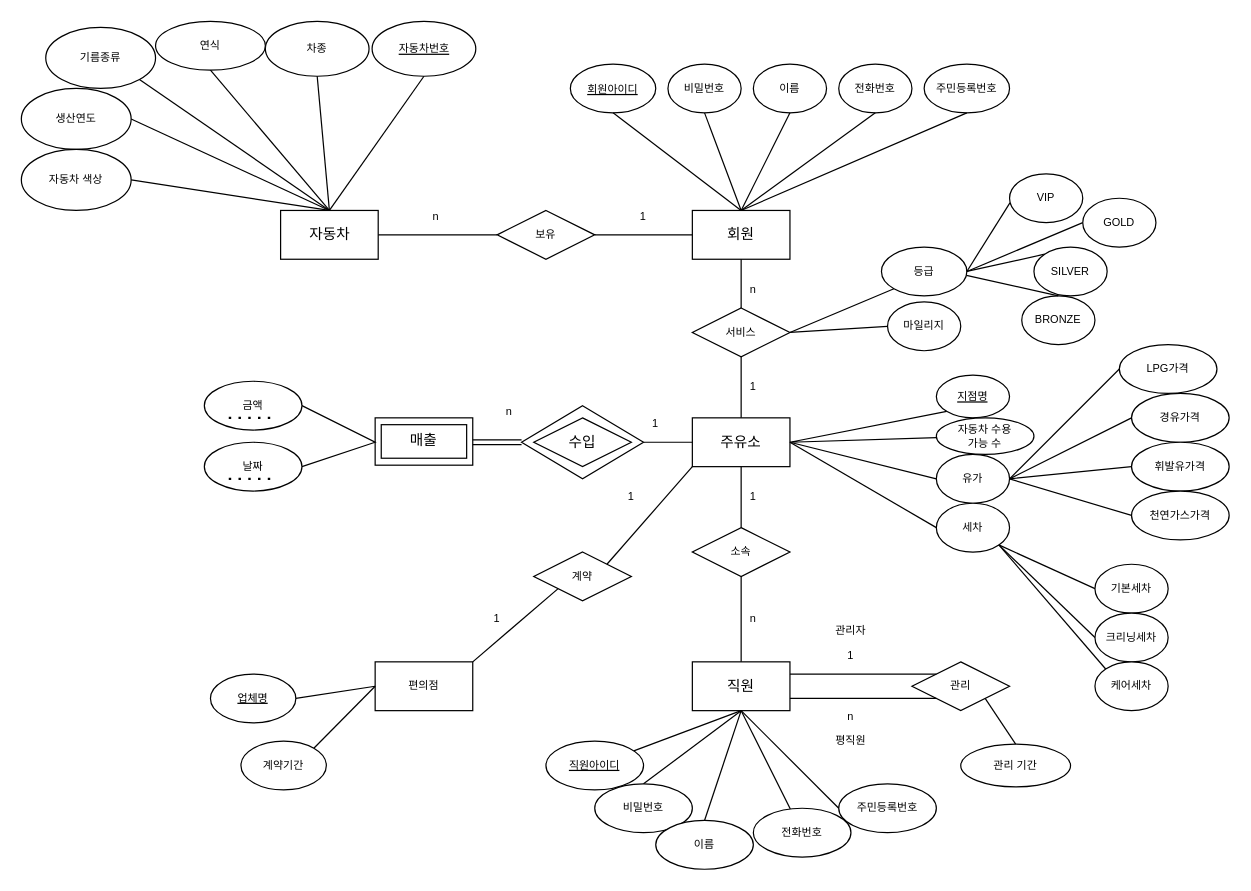
This is Untitled Diagram.drawio from junki1912/DataBase_base, a draw.io file, before an edit. Source tidied: cells renumbered, new cells numbered last; positions are measured from the earlier drawing's top-left corner, leaving out a move shared by most shapes. Both pictures are drawn from the tidied source at 122%, with x=0, y=0 at pixel (21, 21).
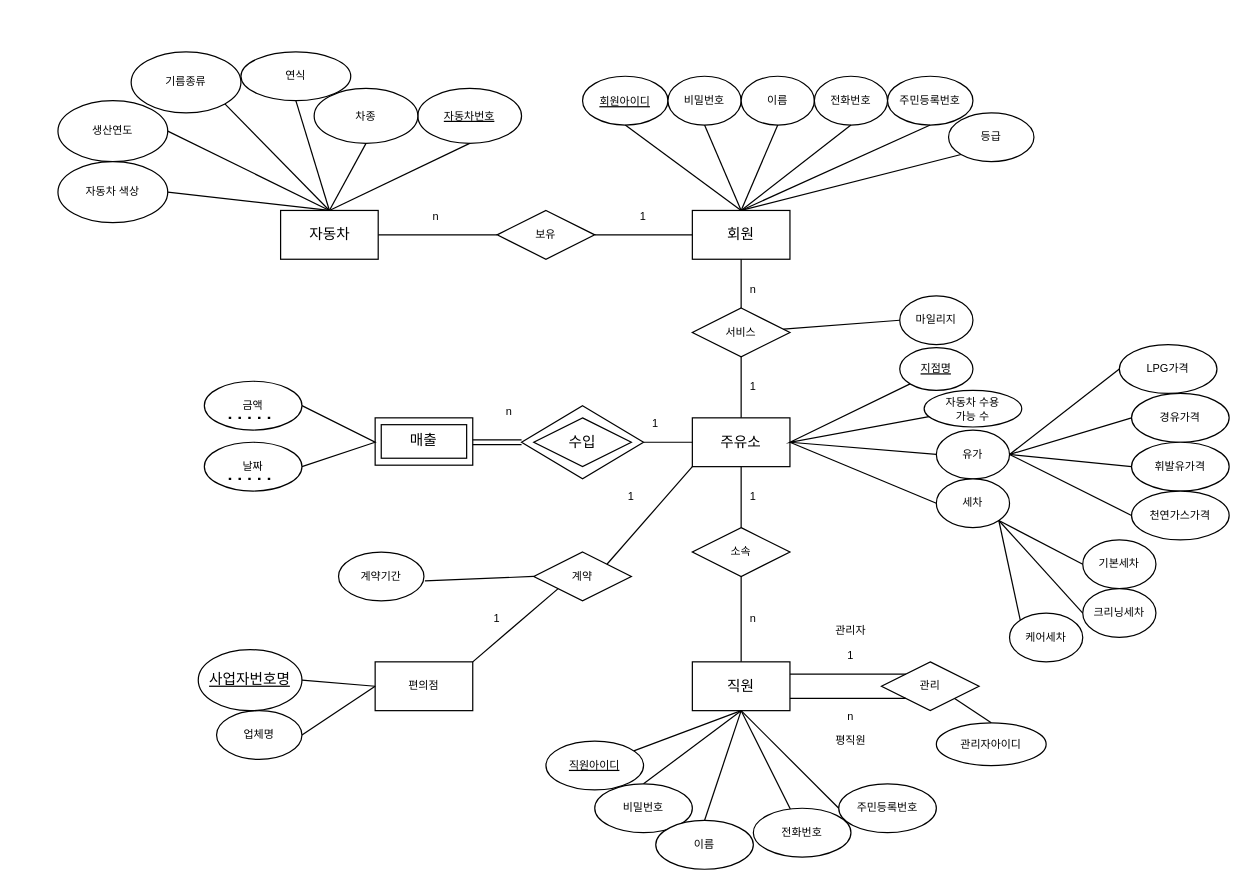
After the change.

Commit message:
GasStation_ERD

Unchanged cells that the change refers to:
```xml
<mxCell id="3" value="회원" style="rounded=0;whiteSpace=wrap;html=1;" parent="1" vertex="1">
  <mxGeometry x="550" y="155" width="80" height="40" as="geometry" />
</mxCell>
<mxCell id="25" value="직원" style="rounded=0;whiteSpace=wrap;html=1;" parent="1" vertex="1">
  <mxGeometry x="550" y="525" width="80" height="40" as="geometry" />
</mxCell>
<mxCell id="37" value="서비스" style="rhombus;whiteSpace=wrap;html=1;fontSize=9;" parent="1" vertex="1">
  <mxGeometry x="550" y="235" width="80" height="40" as="geometry" />
</mxCell>
<mxCell id="84" value="편의점" style="rounded=0;whiteSpace=wrap;html=1;fontSize=9;" parent="1" vertex="1">
  <mxGeometry x="290" y="525" width="80" height="40" as="geometry" />
</mxCell>
<mxCell id="89" value="계약" style="rhombus;whiteSpace=wrap;html=1;fontSize=9;" parent="1" vertex="1">
  <mxGeometry x="420" y="435" width="80" height="40" as="geometry" />
</mxCell>
```

What changed in the source:
```diff
@@
     <mxCell id="2" value="유가" style="ellipse;whiteSpace=wrap;html=1;fontSize=9;" parent="1" vertex="1">
-      <mxGeometry x="750" y="355" width="60" height="40" as="geometry" />
+      <mxGeometry x="750" y="335" width="60" height="40" as="geometry" />
     </mxCell>
@@
     <mxCell id="4" value="&lt;font style=&quot;font-size: 9px;&quot;&gt;&lt;u&gt;회원아이디&lt;/u&gt;&lt;/font&gt;" style="ellipse;whiteSpace=wrap;html=1;" parent="1" vertex="1">
-      <mxGeometry x="450" y="35" width="70" height="40" as="geometry" />
+      <mxGeometry x="460" y="45" width="70" height="40" as="geometry" />
     </mxCell>
     <mxCell id="5" value="비밀번호" style="ellipse;whiteSpace=wrap;html=1;fontSize=9;" parent="1" vertex="1">
-      <mxGeometry x="530" y="35" width="60" height="40" as="geometry" />
+      <mxGeometry x="530" y="45" width="60" height="40" as="geometry" />
     </mxCell>
     <mxCell id="6" value="이름" style="ellipse;whiteSpace=wrap;html=1;fontSize=9;" parent="1" vertex="1">
-      <mxGeometry x="600" y="35" width="60" height="40" as="geometry" />
+      <mxGeometry x="590" y="45" width="60" height="40" as="geometry" />
     </mxCell>
     <mxCell id="7" value="전화번호" style="ellipse;whiteSpace=wrap;html=1;fontSize=9;" parent="1" vertex="1">
-      <mxGeometry x="670" y="35" width="60" height="40" as="geometry" />
+      <mxGeometry x="650" y="45" width="60" height="40" as="geometry" />
     </mxCell>
     <mxCell id="8" value="마일리지" style="ellipse;whiteSpace=wrap;html=1;fontSize=9;" parent="1" vertex="1">
-      <mxGeometry x="710" y="230" width="60" height="40" as="geometry" />
+      <mxGeometry x="720" y="225" width="60" height="40" as="geometry" />
     </mxCell>
     <mxCell id="9" value="&lt;font style=&quot;font-size: 9px;&quot;&gt;주민등록번호&lt;/font&gt;" style="ellipse;whiteSpace=wrap;html=1;fontSize=9;" parent="1" vertex="1">
-      <mxGeometry x="740" y="35" width="70" height="40" as="geometry" />
+      <mxGeometry x="710" y="45" width="70" height="40" as="geometry" />
     </mxCell>
@@
     <mxCell id="15" value="등급" style="ellipse;whiteSpace=wrap;html=1;fontSize=9;" parent="1" vertex="1">
-      <mxGeometry x="705" y="185" width="70" height="40" as="geometry" />
+      <mxGeometry x="760" y="75" width="70" height="40" as="geometry" />
     </mxCell>
-    <mxCell id="16" style="endArrow=none;html=1;rounded=0;fontSize=9;entryX=0;entryY=1;entryDx=0;entryDy=0;exitX=1;exitY=0.5;exitDx=0;exitDy=0;" parent="1" edge="1" source="37" target="15">
+    <mxCell id="16" style="endArrow=none;html=1;rounded=0;fontSize=9;entryX=0;entryY=1;entryDx=0;entryDy=0;exitX=0.5;exitY=0;exitDx=0;exitDy=0;" parent="1" edge="1" source="3" target="15">
       <mxGeometry relative="1" as="geometry" />
     </mxCell>
-    <mxCell id="17" style="endArrow=none;html=1;rounded=0;fontSize=9;exitX=1;exitY=0.5;exitDx=0;exitDy=0;entryX=0.005;entryY=0.594;entryDx=0;entryDy=0;entryPerimeter=0;" parent="1" edge="1" source="15" target="22">
-      <mxGeometry relative="1" as="geometry" />
-    </mxCell>
-    <mxCell id="18" style="endArrow=none;html=1;rounded=0;fontSize=9;entryX=0;entryY=0.5;entryDx=0;entryDy=0;exitX=1;exitY=0.5;exitDx=0;exitDy=0;" parent="1" edge="1" source="15" target="21">
-      <mxGeometry relative="1" as="geometry" />
-    </mxCell>
-    <mxCell id="19" style="endArrow=none;html=1;rounded=0;fontSize=9;exitX=1;exitY=0.5;exitDx=0;exitDy=0;entryX=0;entryY=0;entryDx=0;entryDy=0;" parent="1" edge="1" source="15" target="20">
-      <mxGeometry relative="1" as="geometry" />
-    </mxCell>
-    <mxCell id="20" value="SILVER" style="ellipse;whiteSpace=wrap;html=1;fontSize=9;" parent="1" vertex="1">
-      <mxGeometry x="830" y="185" width="60" height="40" as="geometry" />
-    </mxCell>
-    <mxCell id="21" value="GOLD" style="ellipse;whiteSpace=wrap;html=1;fontSize=9;" parent="1" vertex="1">
-      <mxGeometry x="870" y="145" width="60" height="40" as="geometry" />
-    </mxCell>
-    <mxCell id="22" value="VIP" style="ellipse;whiteSpace=wrap;html=1;fontSize=9;" parent="1" vertex="1">
-      <mxGeometry x="810" y="125" width="60" height="40" as="geometry" />
-    </mxCell>
-    <mxCell id="23" value="BRONZE" style="ellipse;whiteSpace=wrap;html=1;fontSize=9;" parent="1" vertex="1">
-      <mxGeometry x="820" y="225" width="60" height="40" as="geometry" />
-    </mxCell>
-    <mxCell id="24" style="endArrow=none;html=1;rounded=0;fontSize=9;entryX=0.5;entryY=0;entryDx=0;entryDy=0;exitX=0.995;exitY=0.581;exitDx=0;exitDy=0;exitPerimeter=0;" parent="1" edge="1" source="15" target="23">
-      <mxGeometry relative="1" as="geometry" />
-    </mxCell>
@@
     <mxCell id="39" value="&lt;u&gt;지점명&lt;/u&gt;" style="ellipse;whiteSpace=wrap;html=1;fontSize=9;" parent="1" vertex="1">
-      <mxGeometry x="750" y="290" width="60" height="35" as="geometry" />
+      <mxGeometry x="720" y="267.5" width="60" height="35" as="geometry" />
     </mxCell>
     <mxCell id="40" value="자동차 수용 &lt;br&gt;가능 수" style="ellipse;whiteSpace=wrap;html=1;fontSize=9;" parent="1" vertex="1">
-      <mxGeometry x="750" y="325" width="80" height="30" as="geometry" />
+      <mxGeometry x="740" y="302.5" width="80" height="30" as="geometry" />
     </mxCell>
@@
     <mxCell id="50" value="관리" style="rhombus;whiteSpace=wrap;html=1;fontSize=9;" parent="1" vertex="1">
-      <mxGeometry x="730" y="525" width="80" height="40" as="geometry" />
+      <mxGeometry x="705" y="525" width="80" height="40" as="geometry" />
     </mxCell>
@@
-    <mxCell id="54" style="endArrow=none;html=1;rounded=0;fontSize=9;exitX=1;exitY=0.25;exitDx=0;exitDy=0;" parent="1" edge="1" source="25">
-      <mxGeometry relative="1" as="geometry">
-        <mxPoint x="750" y="535" as="targetPoint" />
-      </mxGeometry>
+    <mxCell id="54" style="endArrow=none;html=1;rounded=0;fontSize=9;exitX=1;exitY=0.25;exitDx=0;exitDy=0;entryX=0;entryY=0;entryDx=0;entryDy=0;" parent="1" edge="1" source="25" target="50">
+      <mxGeometry relative="1" as="geometry" />
     </mxCell>
@@
     <mxCell id="66" value="세차" style="ellipse;whiteSpace=wrap;html=1;fontSize=9;" parent="1" vertex="1">
-      <mxGeometry x="750" y="395" width="60" height="40" as="geometry" />
+      <mxGeometry x="750" y="375" width="60" height="40" as="geometry" />
     </mxCell>
     <mxCell id="67" value="기본세차" style="ellipse;whiteSpace=wrap;html=1;fontSize=9;" parent="1" vertex="1">
-      <mxGeometry x="880" y="445" width="60" height="40" as="geometry" />
+      <mxGeometry x="870" y="425" width="60" height="40" as="geometry" />
     </mxCell>
     <mxCell id="68" value="크리닝세차" style="ellipse;whiteSpace=wrap;html=1;fontSize=9;" parent="1" vertex="1">
-      <mxGeometry x="880" y="485" width="60" height="40" as="geometry" />
+      <mxGeometry x="870" y="465" width="60" height="40" as="geometry" />
     </mxCell>
     <mxCell id="69" value="케어세차" style="ellipse;whiteSpace=wrap;html=1;fontSize=9;" parent="1" vertex="1">
-      <mxGeometry x="880" y="525" width="60" height="40" as="geometry" />
+      <mxGeometry x="810" y="485" width="60" height="40" as="geometry" />
     </mxCell>
@@
-    <mxCell id="85" value="&lt;u&gt;업체명&lt;/u&gt;" style="ellipse;whiteSpace=wrap;html=1;fontSize=9;" parent="1" vertex="1">
-      <mxGeometry x="155" y="535" width="70" height="40" as="geometry" />
+    <mxCell id="85" value="업체명" style="ellipse;whiteSpace=wrap;html=1;fontSize=9;" parent="1" vertex="1">
+      <mxGeometry x="160" y="565" width="70" height="40" as="geometry" />
     </mxCell>
     <mxCell id="86" value="계약기간" style="ellipse;whiteSpace=wrap;html=1;fontSize=9;" parent="1" vertex="1">
-      <mxGeometry x="180" y="590" width="70" height="40" as="geometry" />
+      <mxGeometry x="260" y="435" width="70" height="40" as="geometry" />
     </mxCell>
@@
-    <mxCell id="88" style="endArrow=none;html=1;rounded=0;fontSize=9;exitX=1;exitY=0;exitDx=0;exitDy=0;entryX=0;entryY=0.5;entryDx=0;entryDy=0;" parent="1" edge="1" source="86" target="84">
+    <mxCell id="88" style="endArrow=none;html=1;rounded=0;fontSize=9;exitX=1.011;exitY=0.592;exitDx=0;exitDy=0;entryX=0;entryY=0.5;entryDx=0;entryDy=0;exitPerimeter=0;" parent="1" edge="1" source="86" target="89">
       <mxGeometry relative="1" as="geometry" />
     </mxCell>
@@
     <mxCell id="95" value="&lt;u&gt;자동차번호&lt;/u&gt;" style="ellipse;whiteSpace=wrap;html=1;fontSize=9;" parent="1" vertex="1">
-      <mxGeometry x="287.5" width="85" height="45" as="geometry" />
+      <mxGeometry x="325" y="55" width="85" height="45" as="geometry" />
     </mxCell>
     <mxCell id="96" value="차종" style="ellipse;whiteSpace=wrap;html=1;fontSize=9;" parent="1" vertex="1">
-      <mxGeometry x="200" width="85" height="45" as="geometry" />
+      <mxGeometry x="240" y="55" width="85" height="45" as="geometry" />
     </mxCell>
     <mxCell id="97" value="연식" style="ellipse;whiteSpace=wrap;html=1;fontSize=9;" parent="1" vertex="1">
-      <mxGeometry x="110" width="90" height="40" as="geometry" />
+      <mxGeometry x="180" y="25" width="90" height="40" as="geometry" />
     </mxCell>
-    <mxCell id="98" value="관리 기간" style="ellipse;whiteSpace=wrap;html=1;fontSize=9;" parent="1" vertex="1">
-      <mxGeometry x="770" y="592.5" width="90" height="35" as="geometry" />
+    <mxCell id="98" value="관리자아이디" style="ellipse;whiteSpace=wrap;html=1;fontSize=9;" parent="1" vertex="1">
+      <mxGeometry x="750" y="575" width="90" height="35" as="geometry" />
     </mxCell>
     <mxCell id="99" value="기름종류" style="ellipse;whiteSpace=wrap;html=1;fontSize=9;" parent="1" vertex="1">
-      <mxGeometry x="20" y="5" width="90" height="50" as="geometry" />
+      <mxGeometry x="90" y="25" width="90" height="50" as="geometry" />
     </mxCell>
     <mxCell id="100" value="생산연도" style="ellipse;whiteSpace=wrap;html=1;fontSize=9;" parent="1" vertex="1">
-      <mxGeometry y="55" width="90" height="50" as="geometry" />
+      <mxGeometry x="30" y="65" width="90" height="50" as="geometry" />
     </mxCell>
-    <mxCell id="101" style="endArrow=none;html=1;rounded=0;fontSize=9;entryX=0.5;entryY=0;entryDx=0;entryDy=0;" parent="1" edge="1" target="98">
-      <mxGeometry relative="1" as="geometry">
-        <mxPoint x="790" y="555" as="sourcePoint" />
-      </mxGeometry>
+    <mxCell id="101" style="endArrow=none;html=1;rounded=0;fontSize=9;entryX=0.5;entryY=0;entryDx=0;entryDy=0;exitX=1;exitY=1;exitDx=0;exitDy=0;" parent="1" edge="1" source="50" target="98">
+      <mxGeometry relative="1" as="geometry" />
     </mxCell>
@@
     <mxCell id="103" value="자동차 색상" style="ellipse;whiteSpace=wrap;html=1;fontSize=9;" parent="1" vertex="1">
-      <mxGeometry y="105" width="90" height="50" as="geometry" />
+      <mxGeometry x="30" y="115" width="90" height="50" as="geometry" />
     </mxCell>
@@
-    <mxCell id="115" style="endArrow=none;html=1;rounded=0;exitX=0;exitY=0.5;exitDx=0;exitDy=0;entryX=1;entryY=0.5;entryDx=0;entryDy=0;" parent="1" edge="1" source="8" target="37">
+    <mxCell id="115" style="endArrow=none;html=1;rounded=0;exitX=0;exitY=0.5;exitDx=0;exitDy=0;" parent="1" edge="1" source="8" target="37">
       <mxGeometry relative="1" as="geometry" />
     </mxCell>
@@
+    <mxCell id="118" value="&lt;u&gt;사업자번호명&lt;/u&gt;" style="ellipse;whiteSpace=wrap;html=1;" parent="1" vertex="1">
+      <mxGeometry x="145" y="515" width="85" height="50" as="geometry" />
+    </mxCell>
+    <mxCell id="119" style="endArrow=none;html=1;rounded=0;entryX=0;entryY=0.5;entryDx=0;entryDy=0;exitX=1;exitY=0.5;exitDx=0;exitDy=0;" parent="1" edge="1" source="118" target="84">
+      <mxGeometry relative="1" as="geometry" />
+    </mxCell>
```
